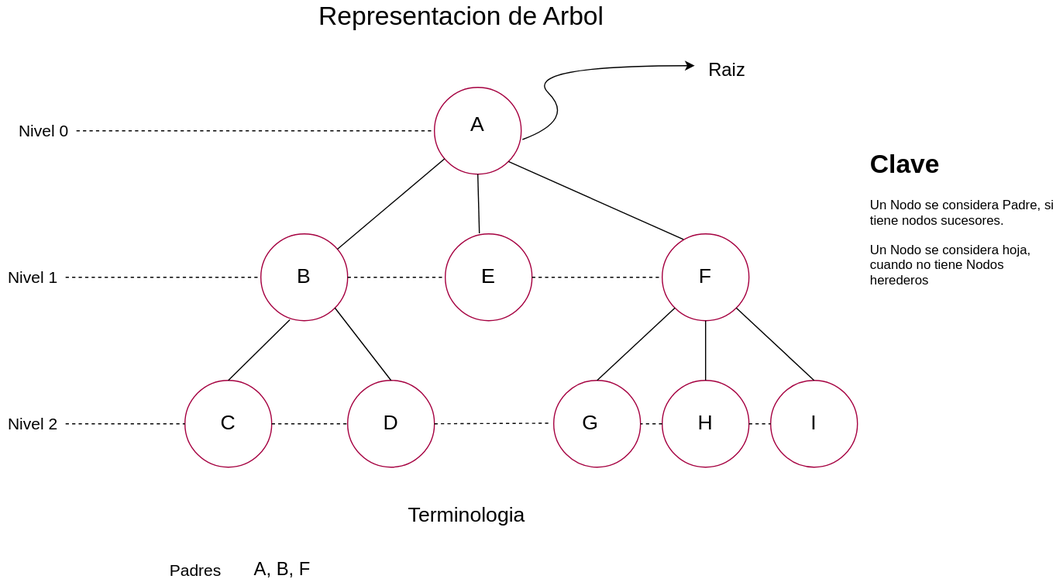
The draw.io diagram Estructura-de-datos/Arboles/Representacion.drawio.svg in Nordcode-cyber/Algoritmos-Estructdatos, before a commit. Source tidied: cells renumbered, new cells last; positions are measured from the earlier drawing's top-left corner, leaving out a move shared by most shapes.
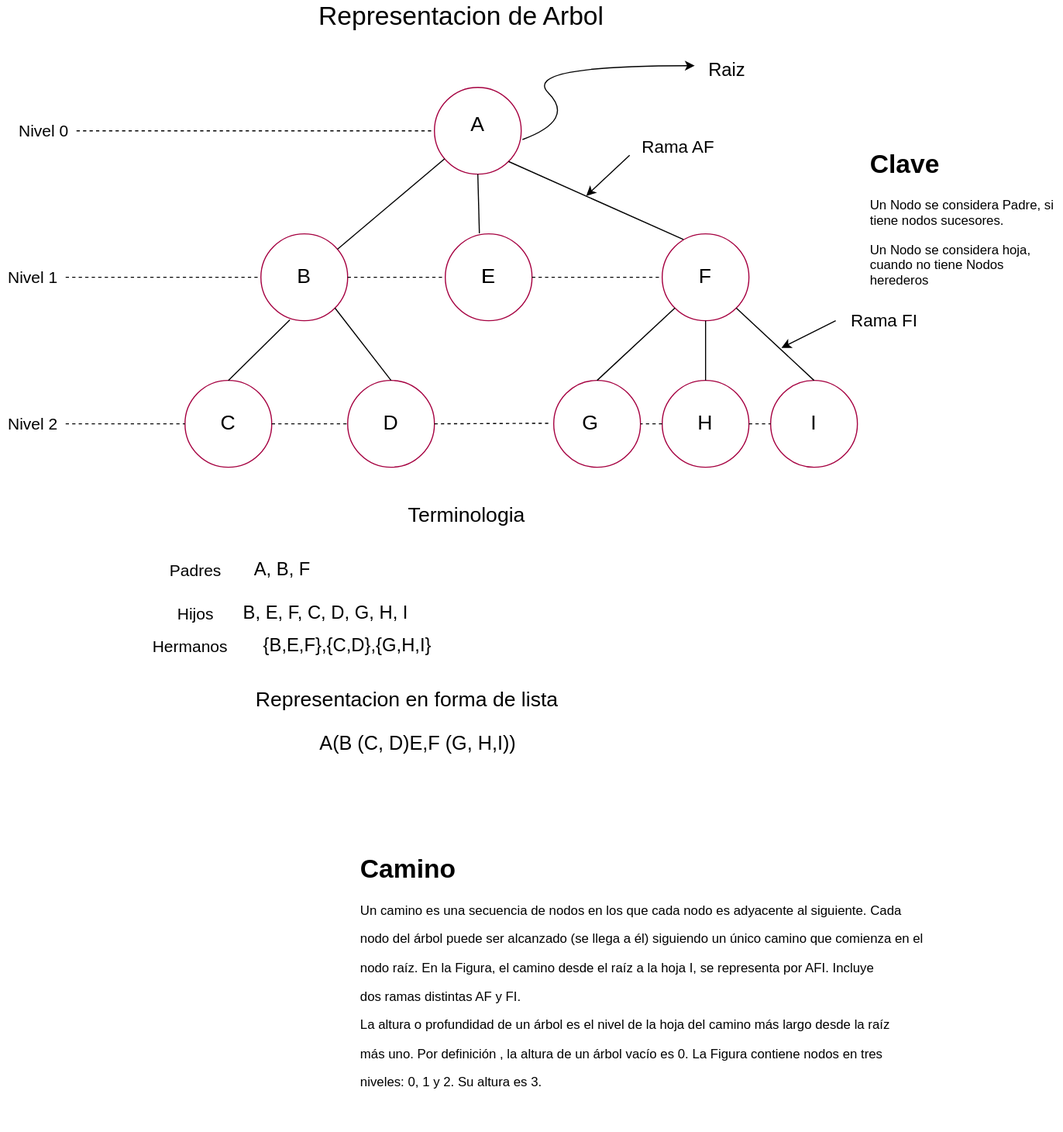
The same diagram one commit later.

What changed in the source:
```diff
@@ -158,5 +158,42 @@
     <mxCell id="48" value="&lt;font style=&quot;font-size: 17px;&quot;&gt;A, B, F&lt;/font&gt;" style="text;html=1;align=center;verticalAlign=middle;whiteSpace=wrap;rounded=0;" parent="1" vertex="1">
       <mxGeometry x="230" y="510" width="60" height="30" as="geometry" />
     </mxCell>
+    <mxCell id="49" value="&lt;font style=&quot;font-size: 15px;&quot;&gt;Hijos&lt;/font&gt;" style="text;html=1;align=center;verticalAlign=middle;whiteSpace=wrap;rounded=0;" parent="1" vertex="1">
+      <mxGeometry x="150" y="550" width="60" height="30" as="geometry" />
+    </mxCell>
+    <mxCell id="50" value="&lt;font style=&quot;font-size: 17px;&quot;&gt;B, E, F, C, D, G, H, I&lt;/font&gt;" style="text;html=1;align=center;verticalAlign=middle;whiteSpace=wrap;rounded=0;" parent="1" vertex="1">
+      <mxGeometry x="210" y="550" width="180" height="30" as="geometry" />
+    </mxCell>
+    <mxCell id="51" value="&lt;font style=&quot;font-size: 15px;&quot;&gt;Hermanos&lt;/font&gt;" style="text;html=1;align=center;verticalAlign=middle;whiteSpace=wrap;rounded=0;" parent="1" vertex="1">
+      <mxGeometry x="140" y="580" width="70" height="30" as="geometry" />
+    </mxCell>
+    <mxCell id="52" value="&lt;font style=&quot;font-size: 17px;&quot;&gt;{B,E,F},{C,D},{G,H,I}&lt;/font&gt;" style="text;html=1;align=center;verticalAlign=middle;whiteSpace=wrap;rounded=0;" parent="1" vertex="1">
+      <mxGeometry x="220" y="580" width="200" height="30" as="geometry" />
+    </mxCell>
+    <mxCell id="53" value="&lt;font style=&quot;font-size: 16px;&quot;&gt;Rama AF&lt;/font&gt;" style="text;html=1;align=center;verticalAlign=middle;whiteSpace=wrap;rounded=0;" parent="1" vertex="1">
+      <mxGeometry x="580" y="120" width="90" height="30" as="geometry" />
+    </mxCell>
+    <mxCell id="54" style="endArrow=classic;html=1;exitX=0;exitY=0.75;exitDx=0;exitDy=0;" parent="1" edge="1" source="53">
+      <mxGeometry relative="1" as="geometry">
+        <mxPoint x="540" y="180" as="targetPoint" />
+      </mxGeometry>
+    </mxCell>
+    <mxCell id="55" value="&lt;font style=&quot;font-size: 16px;&quot;&gt;Rama FI&lt;/font&gt;" style="text;html=1;align=center;verticalAlign=middle;whiteSpace=wrap;rounded=0;" parent="1" vertex="1">
+      <mxGeometry x="770" y="280" width="90" height="30" as="geometry" />
+    </mxCell>
+    <mxCell id="56" style="endArrow=classic;html=1;exitX=0;exitY=0.5;exitDx=0;exitDy=0;" parent="1" edge="1" source="55">
+      <mxGeometry relative="1" as="geometry">
+        <mxPoint x="720" y="320" as="targetPoint" />
+      </mxGeometry>
+    </mxCell>
+    <mxCell id="57" value="&lt;h1 style=&quot;margin-top: 0px;&quot;&gt;Camino&lt;/h1&gt;&lt;p&gt;Un camino es una secuencia de nodos en los que cada nodo es adyacente al siguiente. Cada&lt;/p&gt;&lt;p&gt;nodo del árbol puede ser alcanzado (se llega a él) siguiendo un único camino que comienza en el&lt;/p&gt;&lt;p&gt;nodo raíz. En la Figura, el camino desde el raíz a la hoja I, se representa por AFI. Incluye&lt;/p&gt;&lt;p&gt;dos ramas distintas AF y FI.&lt;/p&gt;&lt;p&gt;La altura o profundidad de un árbol es el nivel de la hoja del camino más largo desde la raíz&lt;/p&gt;&lt;p&gt;más uno. Por definición , la altura de un árbol vacío es 0. La Figura contiene nodos en tres&lt;/p&gt;&lt;p&gt;niveles: 0, 1 y 2. Su altura es 3.&lt;/p&gt;" style="text;html=1;whiteSpace=wrap;overflow=hidden;rounded=0;" parent="1" vertex="1">
+      <mxGeometry x="330" y="780" width="550" height="260" as="geometry" />
+    </mxCell>
+    <mxCell id="58" value="&lt;font style=&quot;font-size: 19px;&quot;&gt;Representacion en forma de lista&lt;/font&gt;" style="text;html=1;align=center;verticalAlign=middle;whiteSpace=wrap;rounded=0;" parent="1" vertex="1">
+      <mxGeometry x="210" y="630" width="330" height="30" as="geometry" />
+    </mxCell>
+    <mxCell id="59" value="&lt;font style=&quot;font-size: 18px;&quot;&gt;A(B (C, D)E,F (G, H,I))&lt;/font&gt;" style="text;html=1;align=center;verticalAlign=middle;whiteSpace=wrap;rounded=0;" parent="1" vertex="1">
+      <mxGeometry x="250" y="670" width="270" height="30" as="geometry" />
+    </mxCell>
   </root>
 </mxGraphModel>
```
